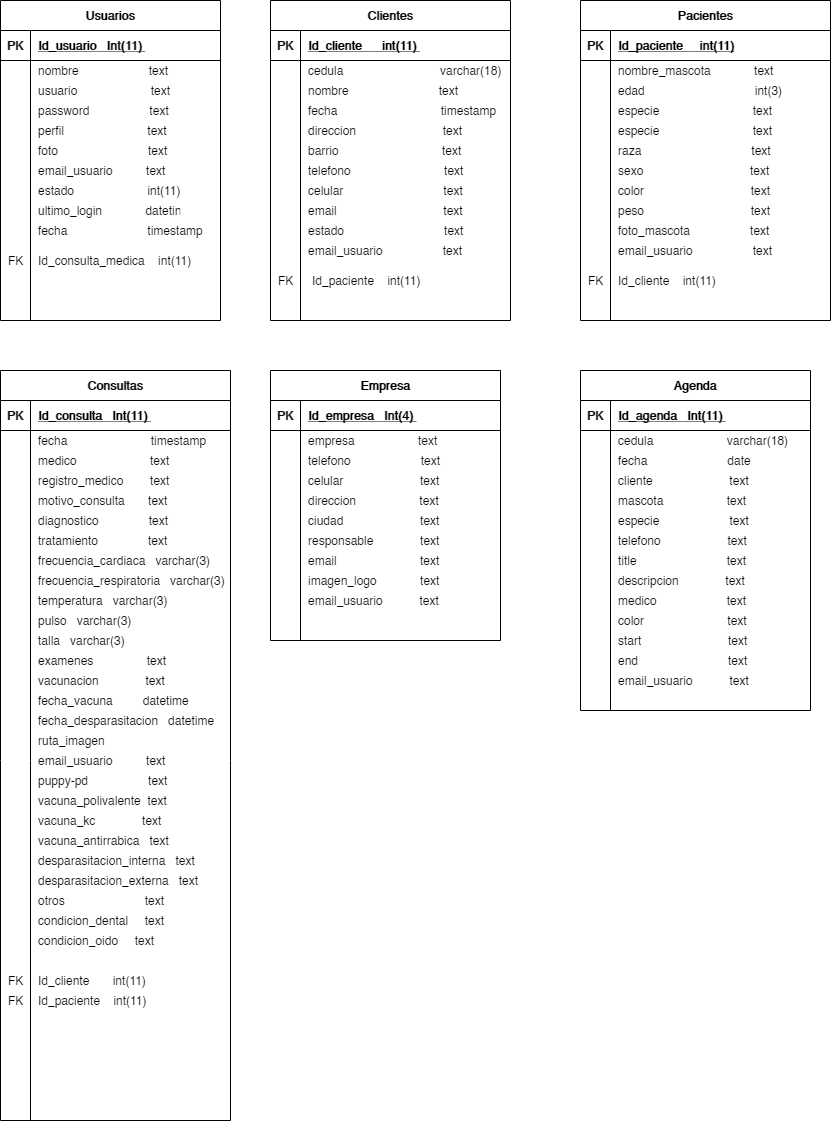
The draw.io diagram Untitled Diagram.png in heberthm/ejemplos-blog, before a commit. Source tidied: cells renumbered, new cells last; positions are measured from the earlier drawing's top-left corner, leaving out a move shared by most shapes.
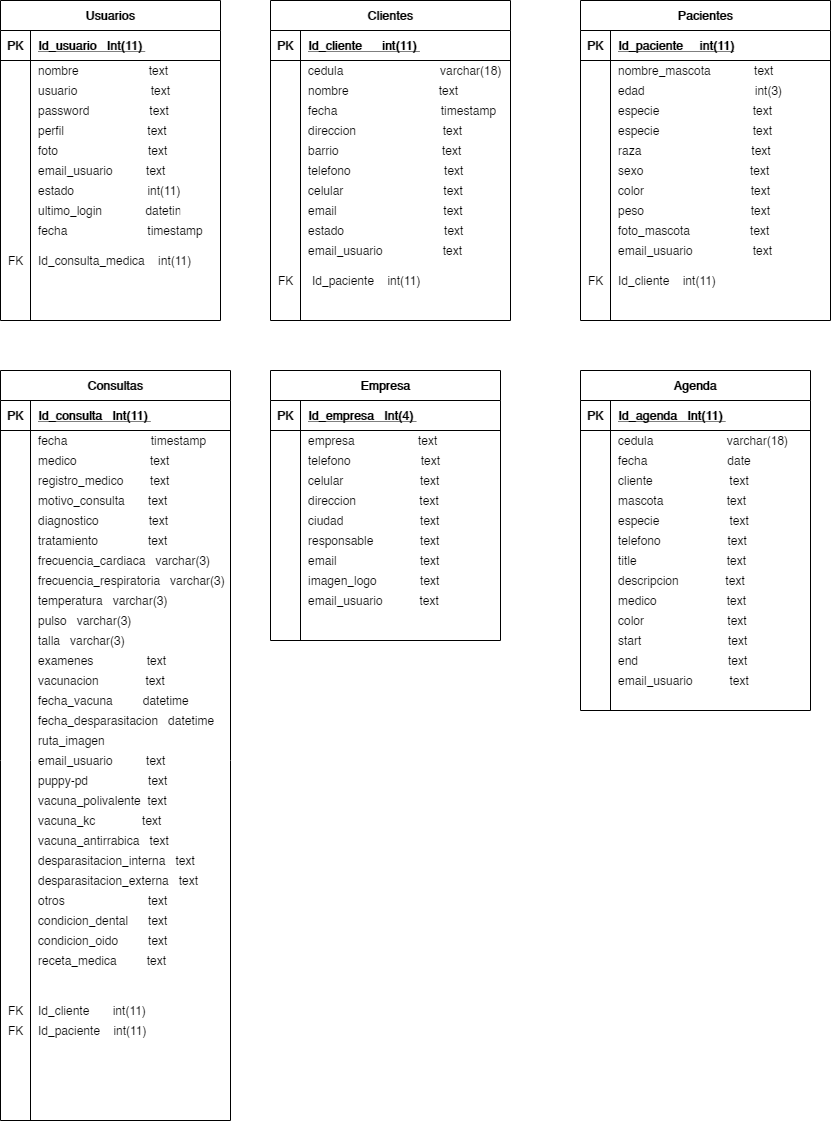
The same diagram one commit later.

The edit, as a diff of the source:
```diff
@@ -405,16 +405,16 @@
       <mxGeometry x="30" y="750" width="200" height="20" as="geometry" />
     </mxCell>
     <mxCell id="136" value="Id_cliente       int(11)" style="shape=partialRectangle;fillColor=none;top=0;left=0;bottom=0;right=0;align=left;spacingLeft=6;overflow=hidden;" parent="1" vertex="1">
-      <mxGeometry x="30" y="970" width="170" height="20" as="geometry" />
+      <mxGeometry x="30" y="1000" width="170" height="20" as="geometry" />
     </mxCell>
     <mxCell id="137" value="FK" style="shape=partialRectangle;fillColor=none;top=0;left=0;bottom=0;right=0;align=left;spacingLeft=6;overflow=hidden;" parent="1" vertex="1">
-      <mxGeometry y="970" width="40" height="20" as="geometry" />
+      <mxGeometry y="1000" width="40" height="20" as="geometry" />
     </mxCell>
     <mxCell id="138" value="Id_paciente    int(11)" style="shape=partialRectangle;fillColor=none;top=0;left=0;bottom=0;right=0;align=left;spacingLeft=6;overflow=hidden;" parent="1" vertex="1">
-      <mxGeometry x="30" y="990" width="170" height="20" as="geometry" />
+      <mxGeometry x="30" y="1020" width="170" height="20" as="geometry" />
     </mxCell>
     <mxCell id="139" value="FK" style="shape=partialRectangle;fillColor=none;top=0;left=0;bottom=0;right=0;align=left;spacingLeft=6;overflow=hidden;" parent="1" vertex="1">
-      <mxGeometry y="990" width="40" height="20" as="geometry" />
+      <mxGeometry y="1020" width="40" height="20" as="geometry" />
     </mxCell>
     <mxCell id="140" value="Empresa" style="shape=table;startSize=30;rowLines=0;fontStyle=1;align=center;" parent="1" vertex="1">
       <mxGeometry x="270" y="370" width="230" height="270" as="geometry" />
@@ -641,14 +641,17 @@
     <mxCell id="214" value="desparasitacion_externa   text" style="shape=partialRectangle;fillColor=none;top=0;left=0;bottom=0;right=0;align=left;spacingLeft=6;overflow=hidden;" parent="1" vertex="1">
       <mxGeometry x="30" y="870" width="200" height="20" as="geometry" />
     </mxCell>
-    <mxCell id="215" value="otros                        text" style="shape=partialRectangle;fillColor=none;top=0;left=0;bottom=0;right=0;align=left;spacingLeft=6;overflow=hidden;" parent="1" vertex="1">
+    <mxCell id="215" value="otros                         text" style="shape=partialRectangle;fillColor=none;top=0;left=0;bottom=0;right=0;align=left;spacingLeft=6;overflow=hidden;" parent="1" vertex="1">
       <mxGeometry x="30" y="890" width="200" height="20" as="geometry" />
     </mxCell>
-    <mxCell id="216" value="condicion_dental     text" style="shape=partialRectangle;fillColor=none;top=0;left=0;bottom=0;right=0;align=left;spacingLeft=6;overflow=hidden;" parent="1" vertex="1">
+    <mxCell id="216" value="condicion_dental      text" style="shape=partialRectangle;fillColor=none;top=0;left=0;bottom=0;right=0;align=left;spacingLeft=6;overflow=hidden;" parent="1" vertex="1">
       <mxGeometry x="30" y="910" width="200" height="20" as="geometry" />
     </mxCell>
-    <mxCell id="217" value="condicion_oido     text" style="shape=partialRectangle;fillColor=none;top=0;left=0;bottom=0;right=0;align=left;spacingLeft=6;overflow=hidden;" parent="1" vertex="1">
+    <mxCell id="217" value="condicion_oido         text" style="shape=partialRectangle;fillColor=none;top=0;left=0;bottom=0;right=0;align=left;spacingLeft=6;overflow=hidden;" parent="1" vertex="1">
       <mxGeometry x="30" y="930" width="200" height="20" as="geometry" />
     </mxCell>
+    <mxCell id="218" value="receta_medica         text" style="shape=partialRectangle;fillColor=none;top=0;left=0;bottom=0;right=0;align=left;spacingLeft=6;overflow=hidden;" parent="1" vertex="1">
+      <mxGeometry x="30" y="950" width="200" height="20" as="geometry" />
+    </mxCell>
   </root>
 </mxGraphModel>
```
